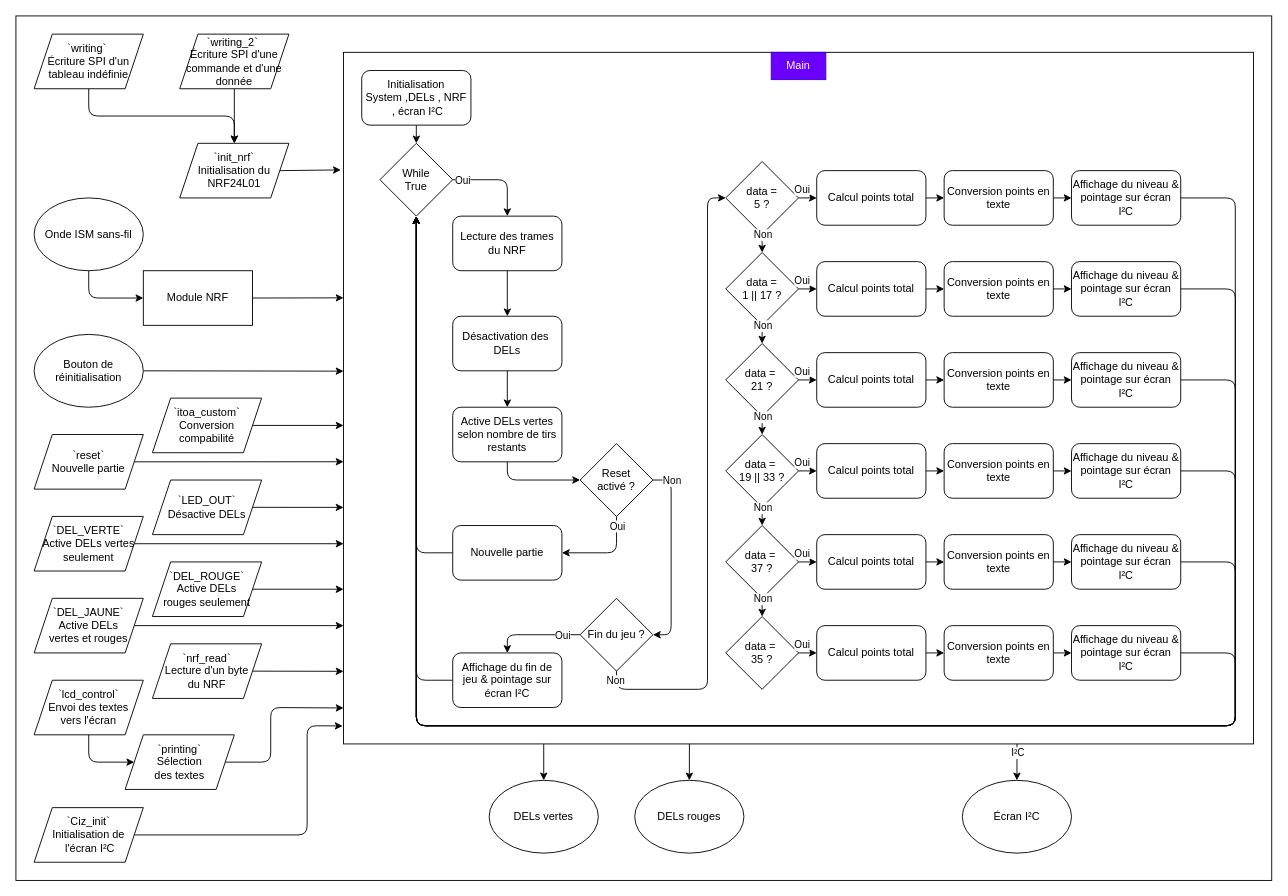
Before: page "moniteur" (1 of 2) of Medias/programme.drawio in Sorl-Sintoural/CMaisonneuve---Projet-Final-2023, a draw.io diagram. Source tidied: cells renumbered, new cells numbered last; positions are measured from the earlier drawing's top-left corner, leaving out a move shared by most shapes. Both pictures are drawn from the tidied source at 91%, with x=0, y=0 at pixel (15, 15).
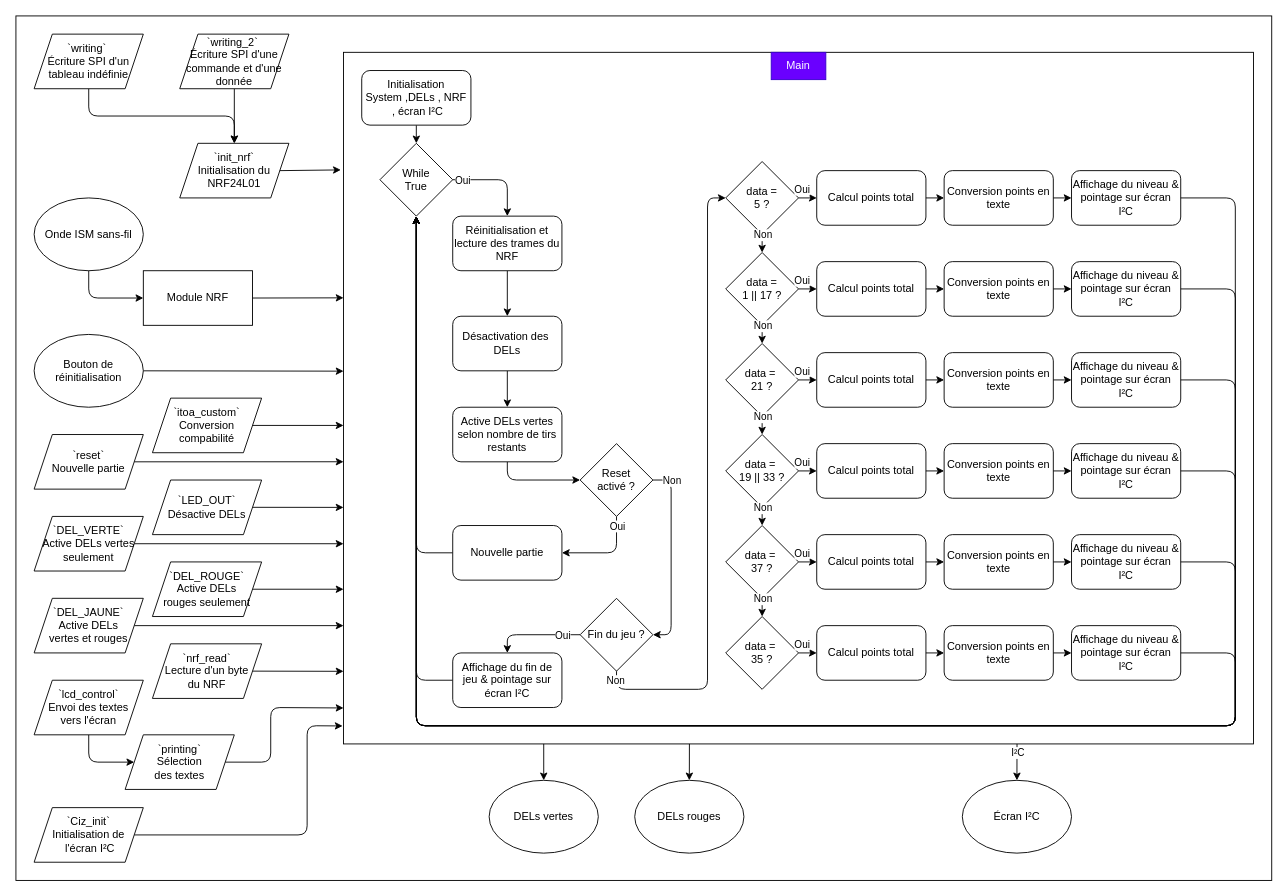
After the change.

Commit message (it also covers changes not shown here):
update "Schema moniteur"

Change to the diagram source:
```diff
@@
-    <mxCell id="44" value="Lecture des trames du NRF" style="rounded=1;whiteSpace=wrap;html=1;" parent="1" vertex="1">
+    <mxCell id="44" value="Réinitialisation et lecture des trames du NRF" style="rounded=1;whiteSpace=wrap;html=1;" parent="1" vertex="1">
       <mxGeometry x="480" y="220" width="120" height="60" as="geometry" />
     </mxCell>
```
